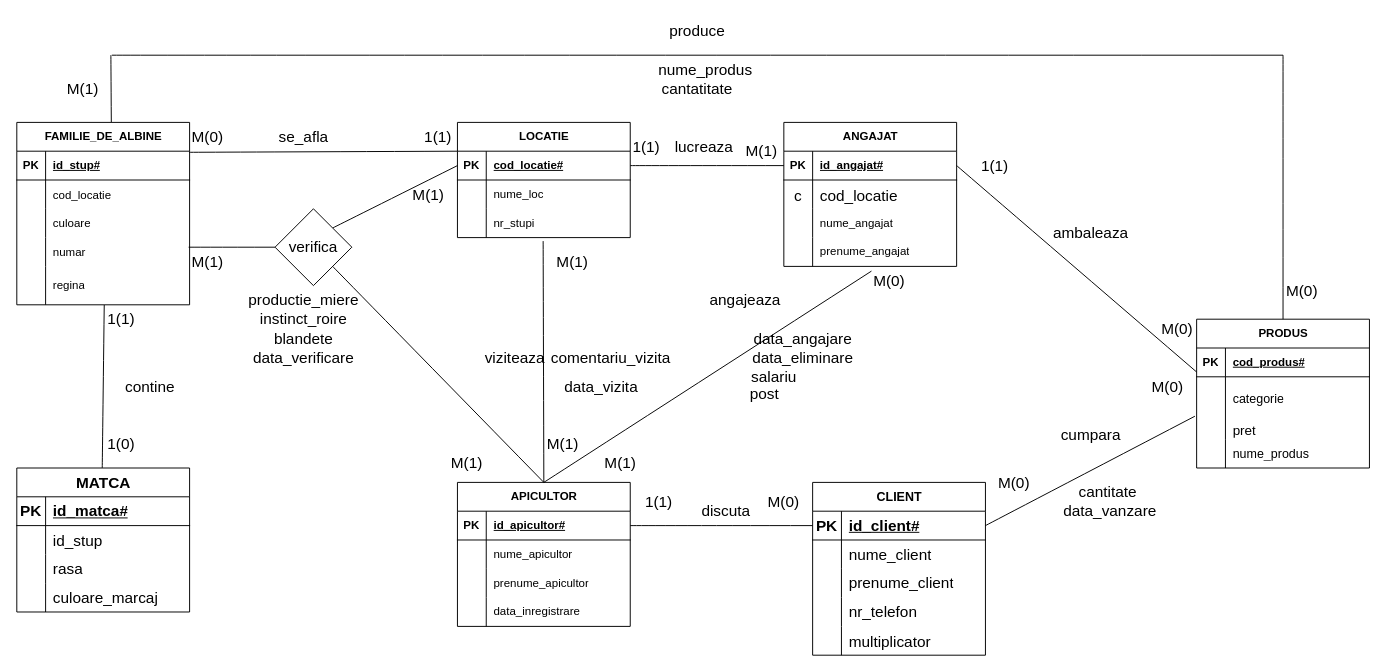
Before: page "Page-1" (1 of 2) of Diagramă fără titlu.drawio in Matoka26/DataBase-Stupina, a draw.io diagram. Source tidied: cells renumbered, new cells numbered last; positions are measured from the earlier drawing's top-left corner, leaving out a move shared by most shapes. Both pictures are drawn from the tidied source at 96%, with x=0, y=0 at pixel (16, 16).
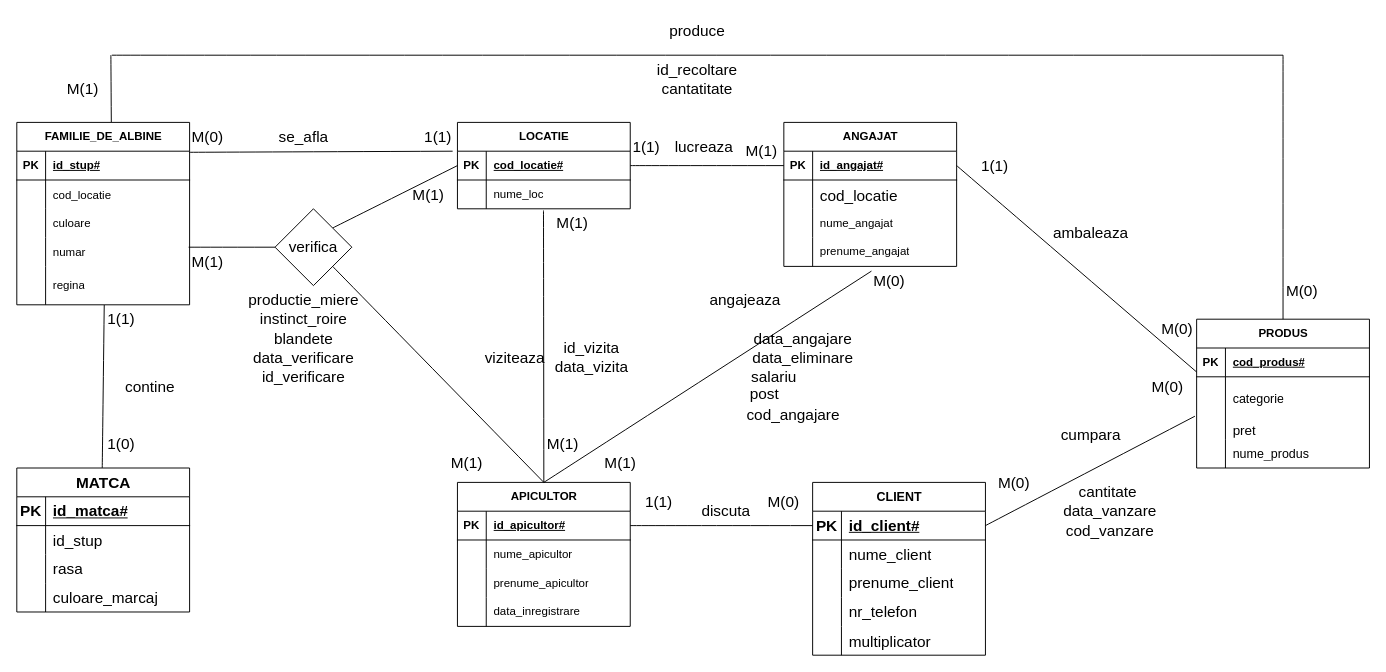
The same page after the edit.

The change refers to these unchanged cells:
```xml
<mxCell id="2" value="APICULTOR" style="shape=table;startSize=30;childLayout=tableLayout;rowLines=0;fontStyle=1;align=center;html=1;" parent="1" vertex="1">
  <mxGeometry x="459" y="485" width="180" height="150" as="geometry" />
</mxCell>
<mxCell id="19" style="shape=tableRow;horizontal=0;startSize=0;swimlaneHead=0;swimlaneBody=0;fillColor=none;points=[[0,0.5],[1,0.5]];portConstraint=eastwest;top=0;left=0;right=0;bottom=0;" parent="15" vertex="1">
  <mxGeometry y="60" width="180" height="30" as="geometry" />
</mxCell>
<mxCell id="29" style="shape=tableRow;horizontal=0;startSize=0;swimlaneHead=0;swimlaneBody=0;fillColor=none;top=0;left=0;right=0;bottom=0;fontSize=16;" parent="25" vertex="1">
  <mxGeometry y="60" width="180" height="30" as="geometry" />
</mxCell>
<mxCell id="39" style="shape=tableRow;horizontal=0;startSize=0;swimlaneHead=0;swimlaneBody=0;fillColor=none;points=[[0,0.5],[1,0.5]];portConstraint=eastwest;top=0;left=0;right=0;bottom=1;" parent="38" vertex="1">
  <mxGeometry y="30" width="180" height="30" as="geometry" />
</mxCell>
<mxCell id="156" value="1(1)" style="text;html=1;strokeColor=none;fillColor=none;align=center;verticalAlign=middle;whiteSpace=wrap;rounded=0;fontSize=16;" parent="1" vertex="1">
  <mxGeometry x="409" y="110" width="60" height="30" as="geometry" />
</mxCell>
```

Diff of the diagram source:
```diff
@@
     <mxCell id="15" value="LOCATIE" style="shape=table;startSize=30;childLayout=tableLayout;rowLines=0;fontStyle=1;align=center;html=1;" parent="1" vertex="1">
-      <mxGeometry x="459" y="110" width="180" height="120" as="geometry" />
+      <mxGeometry x="459" y="110" width="180" height="90" as="geometry" />
     </mxCell>
@@
-    <mxCell id="22" style="shape=tableRow;horizontal=0;startSize=0;swimlaneHead=0;swimlaneBody=0;fillColor=none;points=[[0,0.5],[1,0.5]];portConstraint=eastwest;top=0;left=0;right=0;bottom=0;" parent="15" vertex="1">
-      <mxGeometry y="90" width="180" height="30" as="geometry" />
-    </mxCell>
-    <mxCell id="23" style="shape=partialRectangle;fillColor=none;top=0;left=0;bottom=0;right=0;overflow=hidden;whiteSpace=wrap;html=1;" parent="22" vertex="1">
-      <mxGeometry width="30" height="30" as="geometry" />
-    </mxCell>
-    <mxCell id="24" value="nr_stupi" style="shape=partialRectangle;fillColor=none;top=0;left=0;bottom=0;right=0;align=left;spacingLeft=6;overflow=hidden;whiteSpace=wrap;html=1;" parent="22" vertex="1">
-      <mxGeometry x="30" width="150" height="30" as="geometry" />
-    </mxCell>
@@
-    <mxCell id="30" value="c" style="shape=partialRectangle;fillColor=none;top=0;left=0;bottom=0;right=0;overflow=hidden;fontSize=16;" parent="29" vertex="1">
+    <mxCell id="30" style="shape=partialRectangle;fillColor=none;top=0;left=0;bottom=0;right=0;overflow=hidden;fontSize=16;" parent="29" vertex="1">
       <mxGeometry width="30" height="30" as="geometry" />
     </mxCell>
@@
-    <mxCell id="95" style="endArrow=none;html=1;rounded=0;fontSize=12;startSize=8;endSize=8;curved=1;exitX=0.496;exitY=1.122;exitDx=0;exitDy=0;exitPerimeter=0;entryX=0.5;entryY=0;entryDx=0;entryDy=0;" parent="1" edge="1" source="22" target="2">
+    <mxCell id="95" style="endArrow=none;html=1;rounded=0;fontSize=12;startSize=8;endSize=8;curved=1;exitX=0.498;exitY=1.06;exitDx=0;exitDy=0;exitPerimeter=0;entryX=0.5;entryY=0;entryDx=0;entryDy=0;" parent="1" edge="1" source="19" target="2">
       <mxGeometry relative="1" as="geometry" />
     </mxCell>
@@
-    <mxCell id="98" value="comentariu_vizita" style="text;html=1;strokeColor=none;fillColor=none;align=center;verticalAlign=middle;whiteSpace=wrap;rounded=0;fontSize=16;" parent="1" vertex="1">
-      <mxGeometry x="589" y="340" width="60" height="30" as="geometry" />
-    </mxCell>
     <mxCell id="99" value="data_vizita" style="text;html=1;strokeColor=none;fillColor=none;align=center;verticalAlign=middle;whiteSpace=wrap;rounded=0;fontSize=16;" parent="1" vertex="1">
-      <mxGeometry x="579" y="370" width="60" height="30" as="geometry" />
+      <mxGeometry x="569" y="350" width="60" height="30" as="geometry" />
     </mxCell>
     <mxCell id="100" value="M(1)" style="text;html=1;strokeColor=none;fillColor=none;align=center;verticalAlign=middle;whiteSpace=wrap;rounded=0;fontSize=16;" parent="1" vertex="1">
-      <mxGeometry x="549" y="240" width="60" height="30" as="geometry" />
+      <mxGeometry x="549" y="200" width="60" height="30" as="geometry" />
     </mxCell>
@@
-    <mxCell id="143" value="nume_produs" style="text;html=1;strokeColor=none;fillColor=none;align=center;verticalAlign=middle;whiteSpace=wrap;rounded=0;fontSize=16;" parent="1" vertex="1">
-      <mxGeometry x="689" y="40" width="57" height="30" as="geometry" />
-    </mxCell>
@@
-    <mxCell id="153" style="endArrow=none;html=1;rounded=0;fontSize=12;startSize=8;endSize=8;curved=1;exitX=0.998;exitY=0.038;exitDx=0;exitDy=0;exitPerimeter=0;entryX=0;entryY=0.25;entryDx=0;entryDy=0;" parent="1" edge="1" source="39" target="15">
+    <mxCell id="153" style="endArrow=none;html=1;rounded=0;fontSize=12;startSize=8;endSize=8;curved=1;exitX=0.998;exitY=0.038;exitDx=0;exitDy=0;exitPerimeter=0;entryX=0.75;entryY=1;entryDx=0;entryDy=0;" parent="1" edge="1" source="39" target="156">
       <mxGeometry relative="1" as="geometry" />
     </mxCell>
@@
+    <mxCell id="157" value="id_verificare" style="text;html=1;strokeColor=none;fillColor=none;align=center;verticalAlign=middle;whiteSpace=wrap;rounded=0;fontSize=16;" parent="1" vertex="1">
+      <mxGeometry x="269" y="360" width="60" height="30" as="geometry" />
+    </mxCell>
+    <mxCell id="158" value="id_vizita" style="text;html=1;strokeColor=none;fillColor=none;align=center;verticalAlign=middle;whiteSpace=wrap;rounded=0;fontSize=16;" parent="1" vertex="1">
+      <mxGeometry x="569" y="330" width="60" height="30" as="geometry" />
+    </mxCell>
+    <mxCell id="159" value="cod_angajare" style="text;html=1;strokeColor=none;fillColor=none;align=center;verticalAlign=middle;whiteSpace=wrap;rounded=0;fontSize=16;" parent="1" vertex="1">
+      <mxGeometry x="779" y="400" width="60" height="30" as="geometry" />
+    </mxCell>
+    <mxCell id="160" value="id_recoltare" style="text;html=1;strokeColor=none;fillColor=none;align=center;verticalAlign=middle;whiteSpace=wrap;rounded=0;fontSize=16;" parent="1" vertex="1">
+      <mxGeometry x="679" y="40" width="60" height="30" as="geometry" />
+    </mxCell>
+    <mxCell id="161" value="cod_vanzare" style="text;html=1;strokeColor=none;fillColor=none;align=center;verticalAlign=middle;whiteSpace=wrap;rounded=0;fontSize=16;" parent="1" vertex="1">
+      <mxGeometry x="1109" y="520" width="60" height="30" as="geometry" />
+    </mxCell>
```
